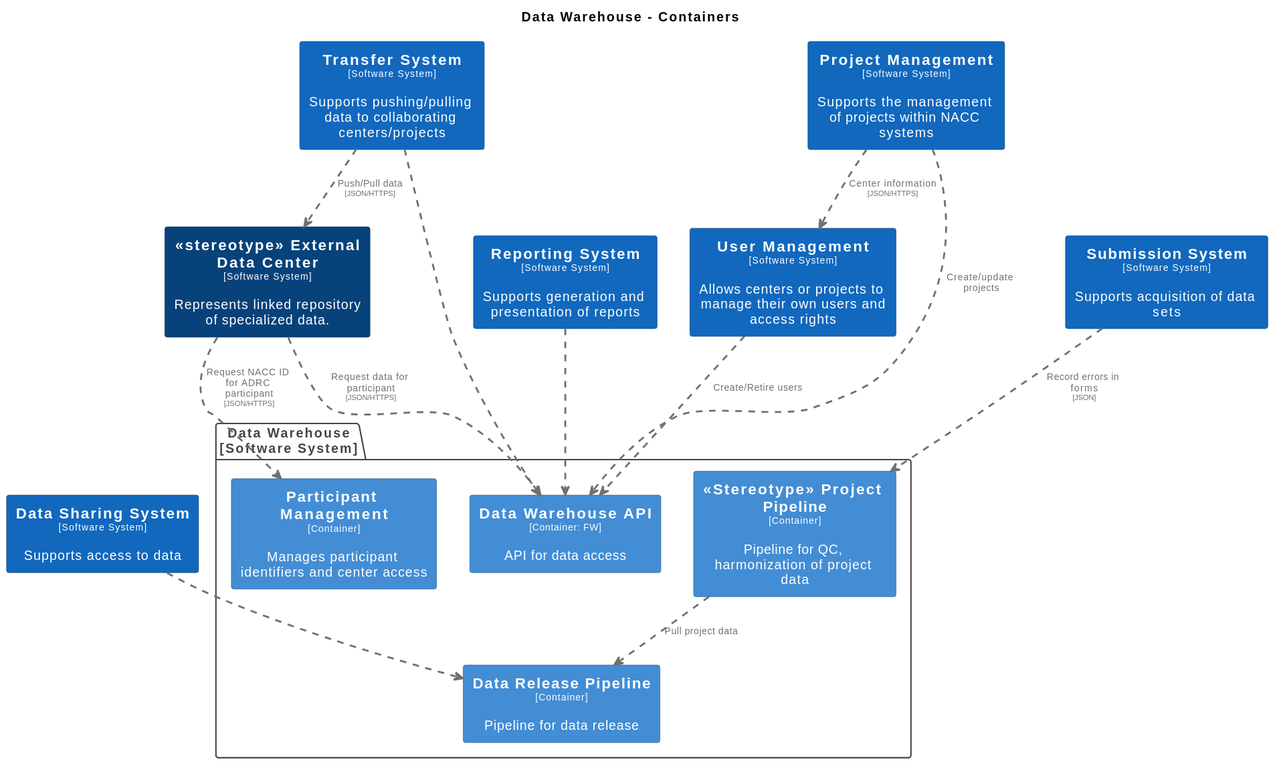
naccdata/system-design keeps this PlantUML diagram as docs/images/structurizr-WarehouseContainers.svg. Above is the earlier version.
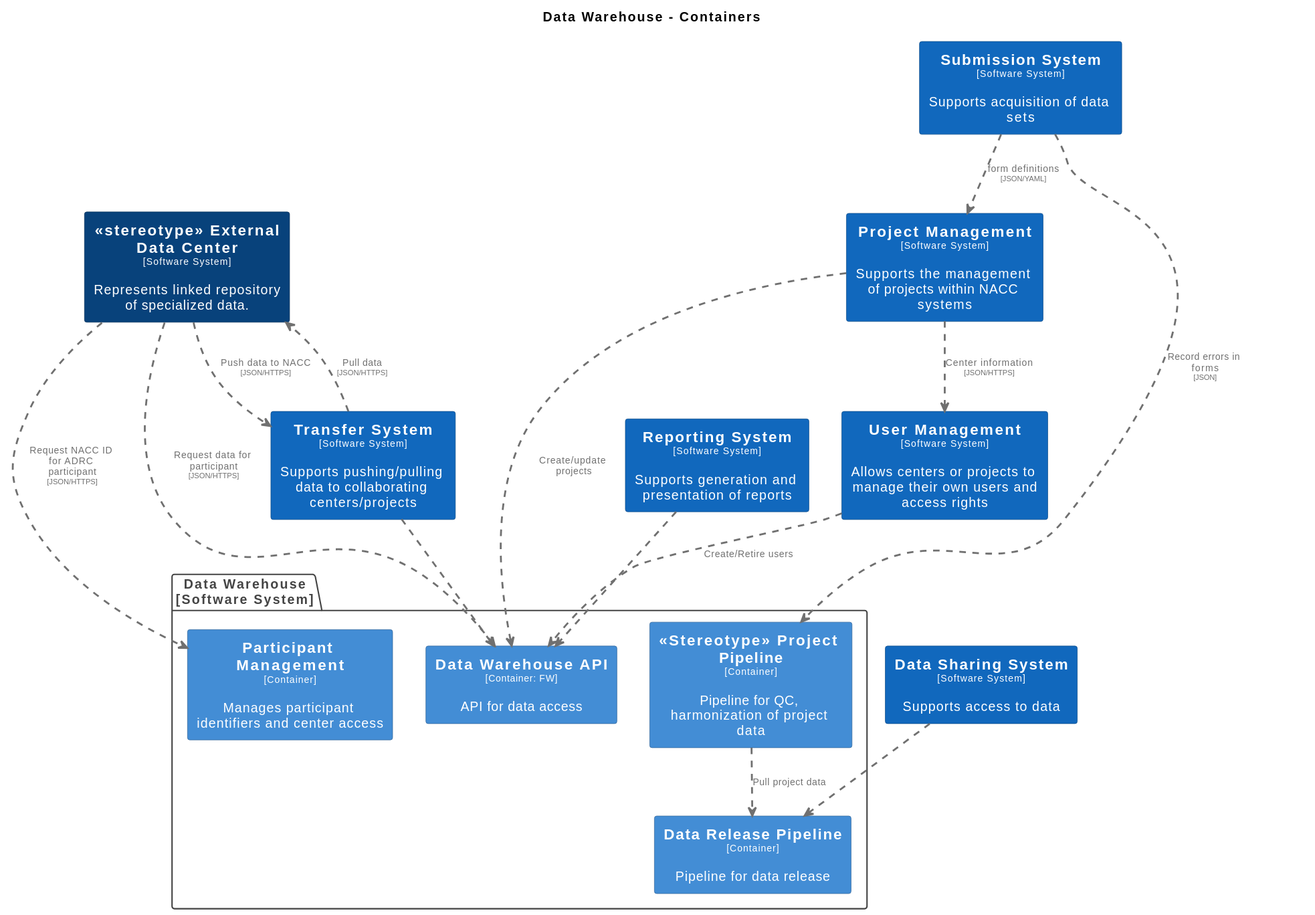
Later version of the same file.

Diff of the diagram source:
```diff
@@ -69,13 +69,13 @@
   BorderColor #0b4884
 }
 
+rectangle "==<<stereotype>> External Data Center\n<size:10>[Software System]</size>\n\nRepresents linked repository of specialized data." <<stereotypeExternalDataCenter>> as stereotypeExternalDataCenter
 rectangle "==Data Sharing System\n<size:10>[Software System]</size>\n\nSupports access to data" <<DataSharingSystem>> as DataSharingSystem
+rectangle "==Reporting System\n<size:10>[Software System]</size>\n\nSupports generation and presentation of reports" <<ReportingSystem>> as ReportingSystem
 rectangle "==Transfer System\n<size:10>[Software System]</size>\n\nSupports pushing/pulling data to collaborating centers/projects" <<TransferSystem>> as TransferSystem
-rectangle "==Reporting System\n<size:10>[Software System]</size>\n\nSupports generation and presentation of reports" <<ReportingSystem>> as ReportingSystem
-rectangle "==<<stereotype>> External Data Center\n<size:10>[Software System]</size>\n\nRepresents linked repository of specialized data." <<stereotypeExternalDataCenter>> as stereotypeExternalDataCenter
+rectangle "==Submission System\n<size:10>[Software System]</size>\n\nSupports acquisition of data sets" <<SubmissionSystem>> as SubmissionSystem
+rectangle "==Project Management\n<size:10>[Software System]</size>\n\nSupports the management of projects within NACC systems" <<ProjectManagement>> as ProjectManagement
 rectangle "==User Management\n<size:10>[Software System]</size>\n\nAllows centers or projects to manage their own users and access rights" <<UserManagement>> as UserManagement
-rectangle "==Project Management\n<size:10>[Software System]</size>\n\nSupports the management of projects within NACC systems" <<ProjectManagement>> as ProjectManagement
-rectangle "==Submission System\n<size:10>[Software System]</size>\n\nSupports acquisition of data sets" <<SubmissionSystem>> as SubmissionSystem
 
 package "Data Warehouse\n[Software System]" <<DataWarehouse>> {
   skinparam PackageBorderColor<<DataWarehouse>> #444444
@@ -87,15 +87,17 @@
   rectangle "==Data Release Pipeline\n<size:10>[Container]</size>\n\nPipeline for data release" <<DataWarehouse.DataReleasePipeline>> as DataWarehouse.DataReleasePipeline
 }
 
-ProjectManagement .[#707070,thickness=2].> UserManagement : "<color:#707070>Center information\n<color:#707070><size:8>[JSON/HTTPS]</size>"
-ProjectManagement .[#707070,thickness=2].> DataWarehouse.DataWarehouseAPI : "<color:#707070>Create/update projects"
+ReportingSystem .[#707070,thickness=2].> DataWarehouse.DataWarehouseAPI : "<color:#707070>"
+DataSharingSystem .[#707070,thickness=2].> DataWarehouse.DataReleasePipeline : "<color:#707070>"
 DataWarehouse.StereotypeProjectPipeline .[#707070,thickness=2].> DataWarehouse.DataReleasePipeline : "<color:#707070>Pull project data"
 stereotypeExternalDataCenter .[#707070,thickness=2].> DataWarehouse.ParticipantManagement : "<color:#707070>Request NACC ID for ADRC participant\n<color:#707070><size:8>[JSON/HTTPS]</size>"
 stereotypeExternalDataCenter .[#707070,thickness=2].> DataWarehouse.DataWarehouseAPI : "<color:#707070>Request data for participant\n<color:#707070><size:8>[JSON/HTTPS]</size>"
-TransferSystem .[#707070,thickness=2].> stereotypeExternalDataCenter : "<color:#707070>Push/Pull data\n<color:#707070><size:8>[JSON/HTTPS]</size>"
+stereotypeExternalDataCenter .[#707070,thickness=2].> TransferSystem : "<color:#707070>Push data to NACC\n<color:#707070><size:8>[JSON/HTTPS]</size>"
+TransferSystem .[#707070,thickness=2].> stereotypeExternalDataCenter : "<color:#707070>Pull data\n<color:#707070><size:8>[JSON/HTTPS]</size>"
+UserManagement .[#707070,thickness=2].> DataWarehouse.DataWarehouseAPI : "<color:#707070>Create/Retire users"
+ProjectManagement .[#707070,thickness=2].> UserManagement : "<color:#707070>Center information\n<color:#707070><size:8>[JSON/HTTPS]</size>"
+ProjectManagement .[#707070,thickness=2].> DataWarehouse.DataWarehouseAPI : "<color:#707070>Create/update projects"
 SubmissionSystem .[#707070,thickness=2].> DataWarehouse.StereotypeProjectPipeline : "<color:#707070>Record errors in forms\n<color:#707070><size:8>[JSON]</size>"
+SubmissionSystem .[#707070,thickness=2].> ProjectManagement : "<color:#707070>form definitions\n<color:#707070><size:8>[JSON/YAML]</size>"
 TransferSystem .[#707070,thickness=2].> DataWarehouse.DataWarehouseAPI : "<color:#707070>"
-ReportingSystem .[#707070,thickness=2].> DataWarehouse.DataWarehouseAPI : "<color:#707070>"
-DataSharingSystem .[#707070,thickness=2].> DataWarehouse.DataReleasePipeline : "<color:#707070>"
-UserManagement .[#707070,thickness=2].> DataWarehouse.DataWarehouseAPI : "<color:#707070>Create/Retire users"
 @enduml
```
